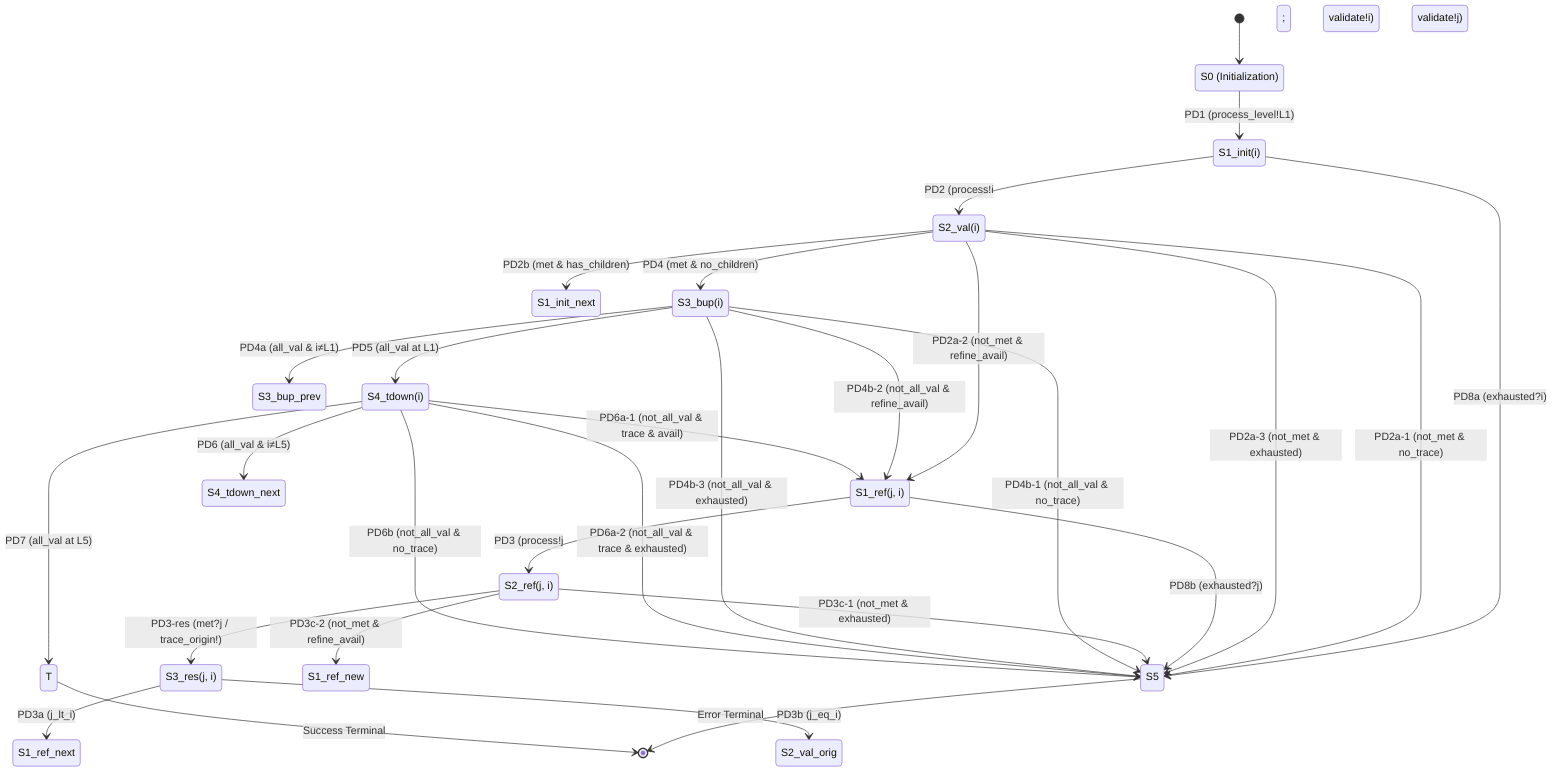
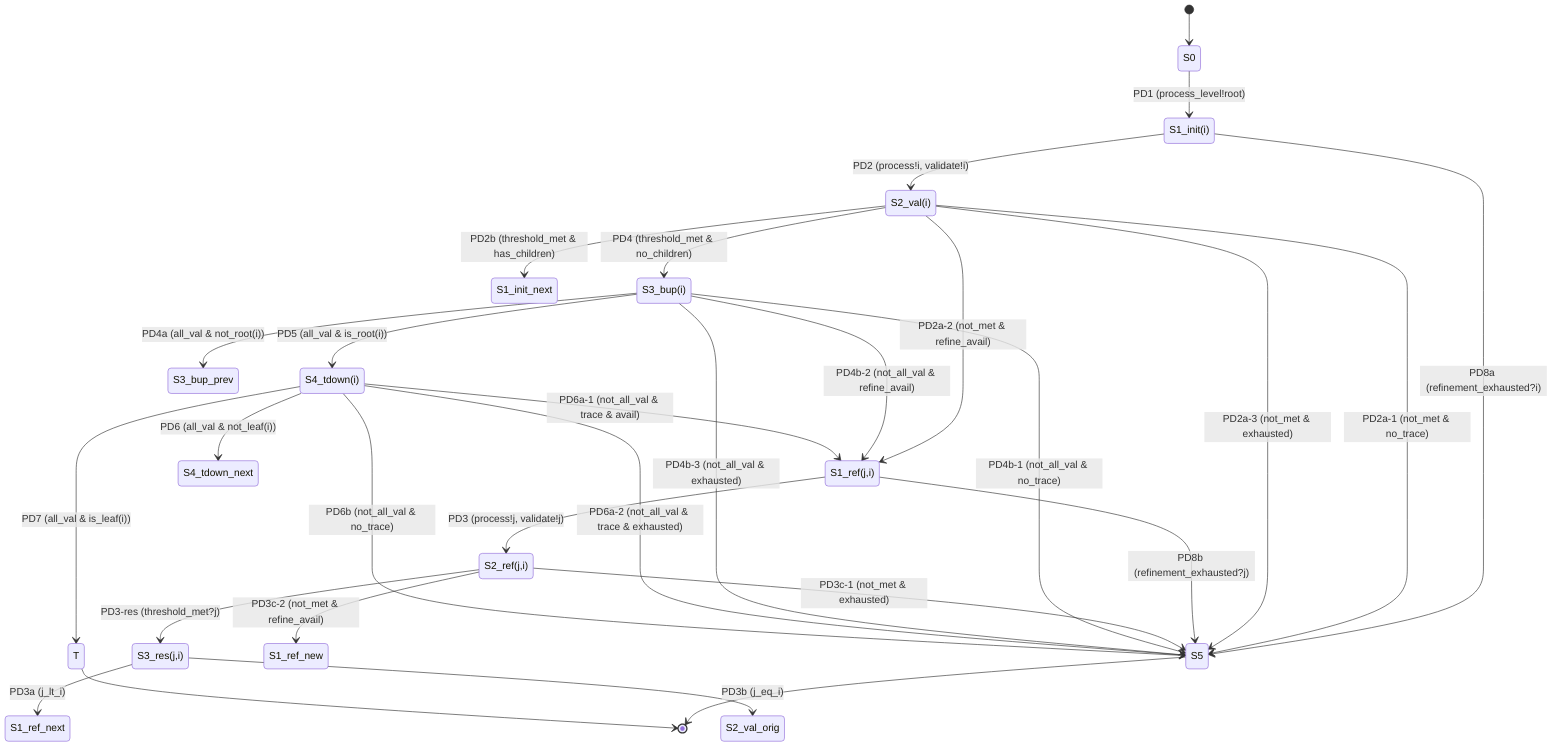
stateDiagram-v2
    [*] --> S0

-     %% PD1: Initialization
-     S0 --> S1_init : PD1 (process_level!L1)
+     %% Initialization
+     S0 --> S1_init : PD1 (process_level!root)

-     %% Forward Path
-     S1_init --> S2_val : PD2 (process!i; validate!i)
-     S1_init --> S5 : PD8a (exhausted?i)
+     %% Forward Processing
+     S1_init --> S2_val : PD2 (process!i, validate!i)
+     S1_init --> S5 : PD8a (refinement_exhausted?i)

-     %% S2 Branching
-     S2_val --> S1_init_next : PD2b (met & has_children)
-     S2_val --> S3_bup : PD4 (met & no_children)
+     %% Primary Validation
+     S2_val --> S1_init_next : PD2b (threshold_met & has_children)
+     S2_val --> S3_bup : PD4 (threshold_met & no_children)
    S2_val --> S5 : PD2a-1 (not_met & no_trace)
    S2_val --> S1_ref : PD2a-2 (not_met & refine_avail)
    S2_val --> S5 : PD2a-3 (not_met & exhausted)

-     %% Refinement Entry
-     S1_ref --> S2_ref : PD3 (process!j; validate!j)
-     S1_ref --> S5 : PD8b (exhausted?j)
+     %% Refinement Processing
+     S1_ref --> S2_ref : PD3 (process!j, validate!j)
+     S1_ref --> S5 : PD8b (refinement_exhausted?j)

    %% Refinement Validation
-     S2_ref --> S3_res : PD3-res (met?j / trace_origin!)
+     S2_ref --> S3_res : PD3-res (threshold_met?j)
    S2_ref --> S5 : PD3c-1 (not_met & exhausted)
    S2_ref --> S1_ref_new : PD3c-2 (not_met & refine_avail)

-     %% Resolution Choice
+     %% Refinement Resolution
    S3_res --> S1_ref_next : PD3a (j_lt_i)
    S3_res --> S2_val_orig : PD3b (j_eq_i)

-     %% Bottom-Up
-     S3_bup --> S3_bup_prev : PD4a (all_val & i≠L1)
-     S3_bup --> S4_tdown : PD5 (all_val at L1)
+     %% Bottom-Up Completion (generic)
+     S3_bup --> S3_bup_prev : PD4a (all_val & not_root(i))
+     S3_bup --> S4_tdown : PD5 (all_val & is_root(i))
    S3_bup --> S5 : PD4b-1 (not_all_val & no_trace)
    S3_bup --> S1_ref : PD4b-2 (not_all_val & refine_avail)
    S3_bup --> S5 : PD4b-3 (not_all_val & exhausted)

-     %% Top-Down
-     S4_tdown --> S4_tdown_next : PD6 (all_val & i≠L5)
-     S4_tdown --> T : PD7 (all_val at L5)
+     %% Top-Down Completion (generic)
+     S4_tdown --> S4_tdown_next : PD6 (all_val & not_leaf(i))
+     S4_tdown --> T : PD7 (all_val & is_leaf(i))
    S4_tdown --> S1_ref : PD6a-1 (not_all_val & trace & avail)
    S4_tdown --> S5 : PD6a-2 (not_all_val & trace & exhausted)
    S4_tdown --> S5 : PD6b (not_all_val & no_trace)

-     S5 --> [*] : Error Terminal
-     T --> [*] : Success Terminal
+     %% Terminal
+     S5 --> [*]
+     T --> [*]

-     %% Labels for Context
-     state "S0 (Initialization)" as S0
+     %% Labels
+     state "S0" as S0
    state "S1_init(i)" as S1_init
-     state "S1_ref(j, i)" as S1_ref
+     state "S1_ref(j,i)" as S1_ref
    state "S2_val(i)" as S2_val
-     state "S2_ref(j, i)" as S2_ref
-     state "S3_res(j, i)" as S3_res
+     state "S2_ref(j,i)" as S2_ref
+     state "S3_res(j,i)" as S3_res
    state "S3_bup(i)" as S3_bup
    state "S4_tdown(i)" as S4_tdown
    state "S5" as S5
    state "T" as T
